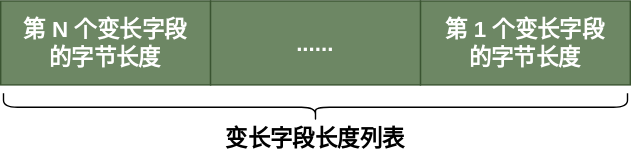
Above: img/变长字段长度列表.drawio.svg in JaxonZen/image-host (draw.io), before the change. Source tidied: cells renumbered, new cells last; positions are measured from the earlier drawing's top-left corner, leaving out a move shared by most shapes.
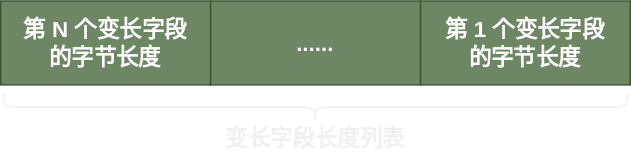
The same diagram one commit later.

Commit message:
已添加 变长字段长度列表.drawio.svg

The edit, as a diff of the source:
```diff
@@ -11,7 +11,7 @@
     <mxCell id="4" value="......" style="rounded=0;whiteSpace=wrap;html=1;fontSize=16;fontStyle=1;fillColor=#6d8764;fontColor=#ffffff;strokeColor=#3A5431;" parent="1" vertex="1">
       <mxGeometry x="150" width="150" height="60" as="geometry" />
     </mxCell>
-    <mxCell id="5" value="&lt;span&gt;变长字段长度列表&lt;/span&gt;" style="shape=curlyBracket;whiteSpace=wrap;html=1;rounded=1;fontSize=16;direction=north;verticalAlign=top;fontStyle=1;spacing=0;spacingTop=18;" parent="1" vertex="1">
+    <mxCell id="5" value="&lt;span&gt;变长字段长度列表&lt;/span&gt;" style="shape=curlyBracket;whiteSpace=wrap;html=1;rounded=1;fontSize=16;direction=north;verticalAlign=top;fontStyle=1;spacing=0;spacingTop=18;strokeColor=default;fillColor=#FFFFFF;" parent="1" vertex="1">
       <mxGeometry x="2" y="66" width="446" height="20" as="geometry" />
     </mxCell>
   </root>
```
